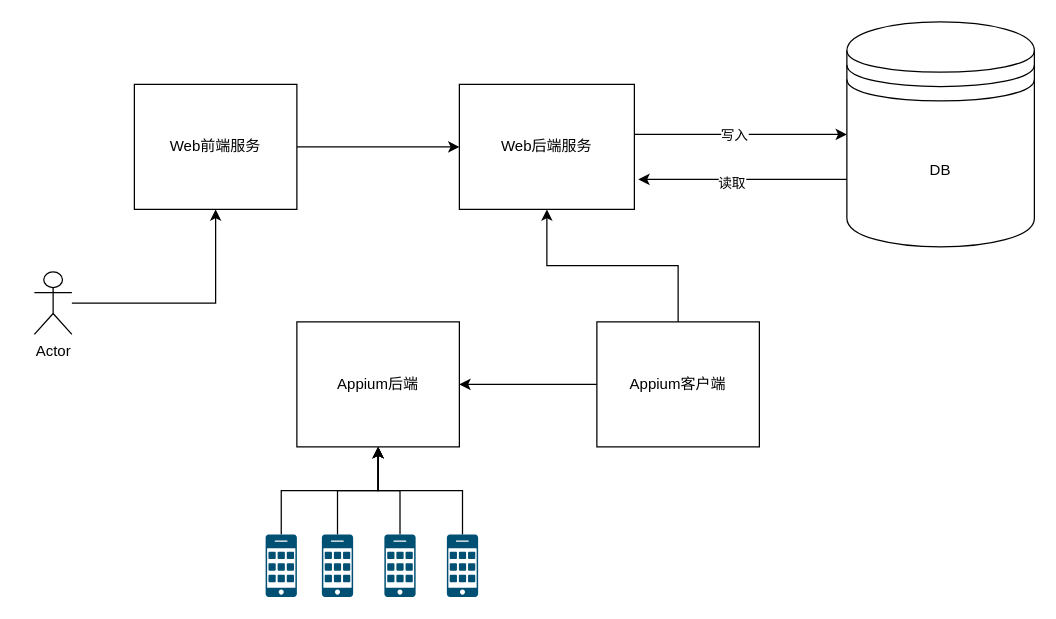
Before: first.drawio in cadi2015/drawIO, a draw.io diagram. Source tidied: cells renumbered, new cells numbered last; positions are measured from the earlier drawing's top-left corner, leaving out a move shared by most shapes. Both pictures are drawn from the tidied source at 125%, with x=0, y=0 at pixel (34, 21).
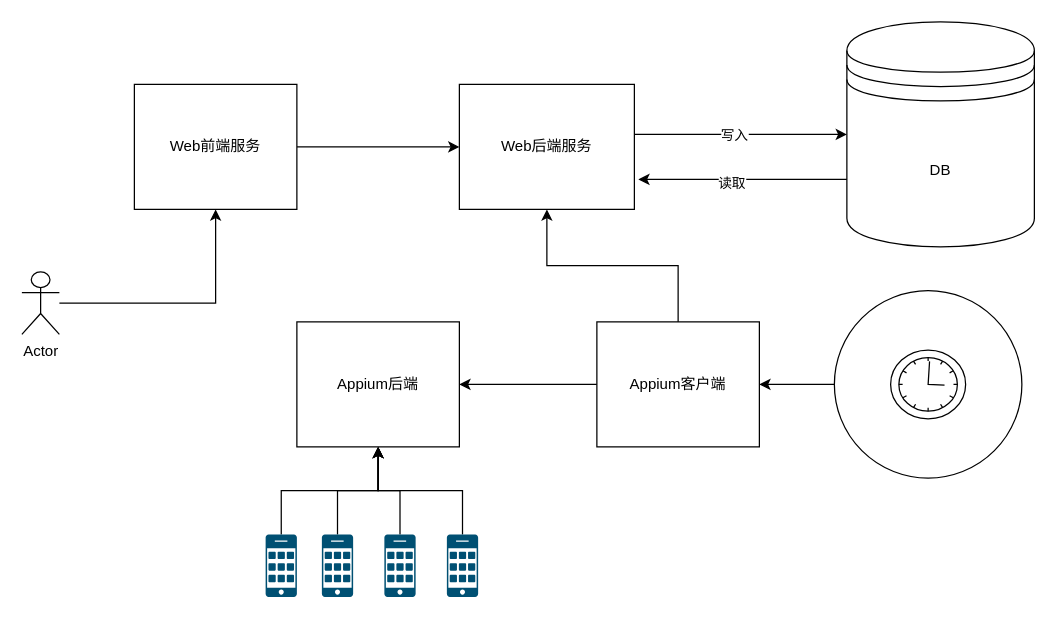
The same diagram, later.

Unchanged cells that the change refers to:
```xml
<mxCell id="9" value="Appium客户端" style="rounded=0;whiteSpace=wrap;html=1;" parent="1" vertex="1">
  <mxGeometry x="450" y="240" width="130" height="100" as="geometry" />
</mxCell>
```

What changed in the source:
```diff
@@
     <mxCell id="19" value="Actor" style="shape=umlActor;verticalLabelPosition=bottom;verticalAlign=top;html=1;outlineConnect=0;" parent="1" vertex="1">
-      <mxGeometry y="200" width="30" height="50" as="geometry" />
+      <mxGeometry x="-10" y="200" width="30" height="50" as="geometry" />
     </mxCell>
@@
+    <mxCell id="24" style="edgeStyle=orthogonalEdgeStyle;rounded=0;jettySize=auto;html=1;" parent="1" edge="1" source="25" target="9">
+      <mxGeometry relative="1" as="geometry" />
+    </mxCell>
+    <mxCell id="25" style="ellipse;whiteSpace=wrap;html=1;" parent="1" vertex="1">
+      <mxGeometry x="640" y="215" width="150" height="150" as="geometry" />
+    </mxCell>
+    <mxCell id="26" style="shape=mxgraph.bpmn.shape;html=1;verticalLabelPosition=bottom;labelBackgroundColor=#ffffff;verticalAlign=top;align=center;perimeter=ellipsePerimeter;outline=standard;symbol=timer;" parent="1" vertex="1">
+      <mxGeometry x="685" y="262.5" width="60" height="55" as="geometry" />
+    </mxCell>
```
